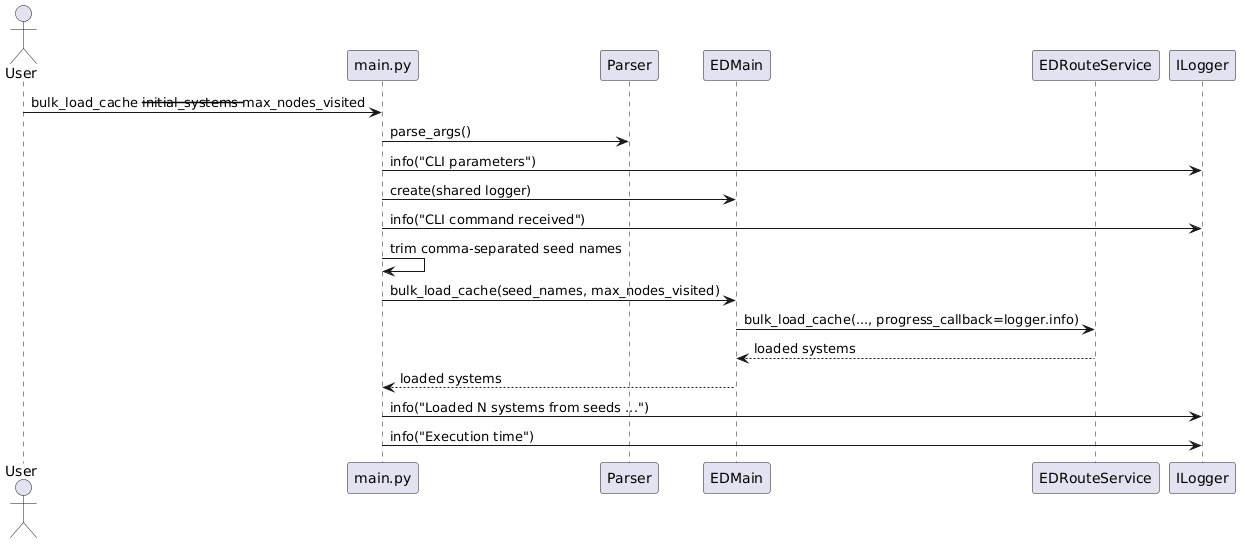
Above: docs/diagrams/cli/cli_bulk_load_cache_flow.png in fazleskhan/elite_dangerous_discord_tools (PlantUML), before the change.
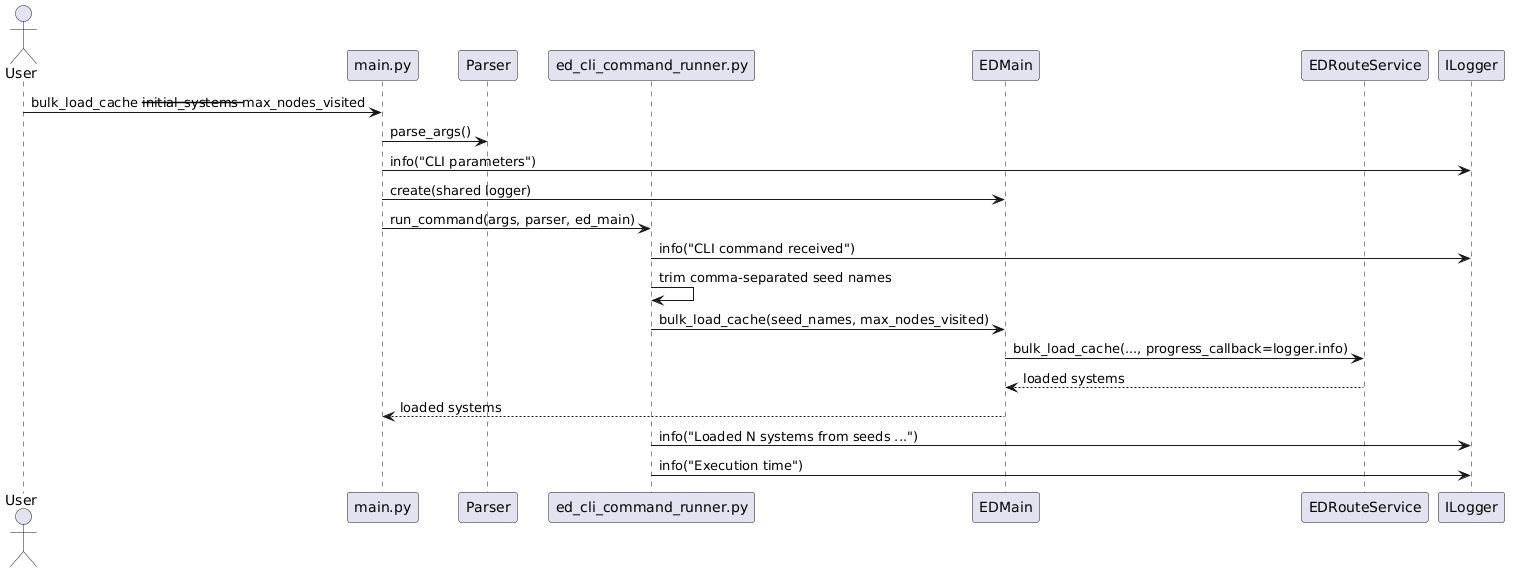
Later version of the same file.

Diff of the diagram source:
```diff
@@ -2,6 +2,7 @@
 actor User
 participant "main.py" as Main
 participant Parser
+participant "ed_cli_command_runner.py" as CommandRunner
 participant EDMain
 participant EDRouteService as RouteService
 participant ILogger as Logger
@@ -10,12 +11,13 @@
 Main -> Parser: parse_args()
 Main -> Logger: info("CLI parameters")
 Main -> EDMain: create(shared logger)
-Main -> Logger: info("CLI command received")
-Main -> Main: trim comma-separated seed names
-Main -> EDMain: bulk_load_cache(seed_names, max_nodes_visited)
+Main -> CommandRunner: run_command(args, parser, ed_main)
+CommandRunner -> Logger: info("CLI command received")
+CommandRunner -> CommandRunner: trim comma-separated seed names
+CommandRunner -> EDMain: bulk_load_cache(seed_names, max_nodes_visited)
 EDMain -> RouteService: bulk_load_cache(..., progress_callback=logger.info)
 RouteService --> EDMain: loaded systems
 EDMain --> Main: loaded systems
-Main -> Logger: info("Loaded N systems from seeds ...")
-Main -> Logger: info("Execution time")
+CommandRunner -> Logger: info("Loaded N systems from seeds ...")
+CommandRunner -> Logger: info("Execution time")
 @enduml
```
